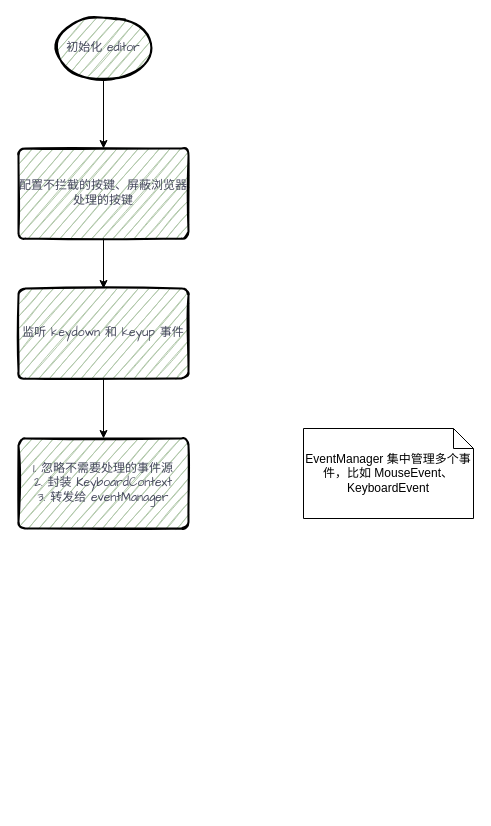
liuxinqiong/drawio keeps this draw.io diagram as page "第 2 页" (2 of 2) of Scene App.drawio. Above is the earlier version. Source tidied: cells renumbered, new cells numbered last; positions are measured from the earlier drawing's top-left corner, leaving out a move shared by most shapes. Both pictures are drawn from the tidied source at 100%, with x=0, y=0 at pixel (18, 18).
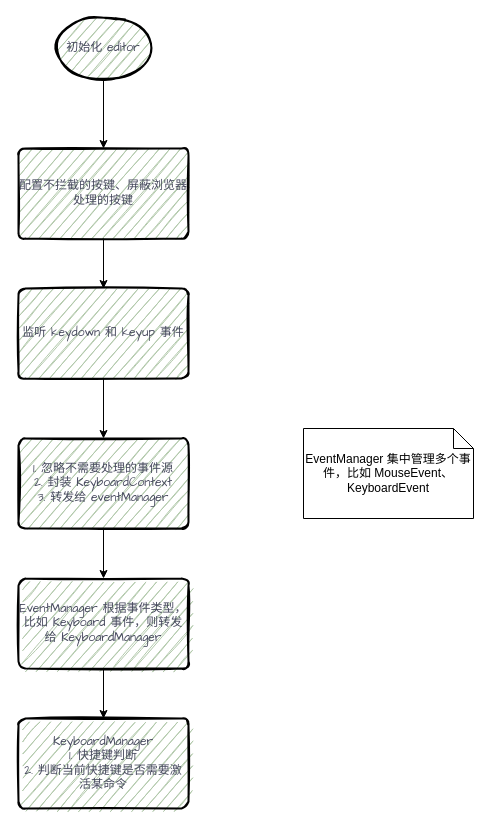
Above is the later version.

The edit, as a diff of the source:
```diff
@@
 <mxGraphModel>
   <root>
     <mxCell id="0" />
     <mxCell id="1" parent="0" />
     <mxCell id="2" style="edgeStyle=orthogonalEdgeStyle;rounded=0;jettySize=auto;html=1;exitX=0.5;exitY=1;exitDx=0;exitDy=0;exitPerimeter=0;entryX=0.5;entryY=0;entryDx=0;entryDy=0;" parent="1" edge="1" source="3" target="5">
       <mxGeometry relative="1" as="geometry" />
     </mxCell>
     <mxCell id="3" value="初始化 editor" style="strokeWidth=2;html=1;shape=mxgraph.flowchart.start_1;whiteSpace=wrap;rounded=1;sketch=1;fontFamily=Comic Sans MS;fontColor=#46495D;fillColor=#B2C9AB;" parent="1" vertex="1">
       <mxGeometry x="35" width="100" height="60" as="geometry" />
     </mxCell>
     <mxCell id="4" style="edgeStyle=orthogonalEdgeStyle;rounded=0;jettySize=auto;html=1;exitX=0.5;exitY=1;exitDx=0;exitDy=0;" parent="1" edge="1" source="5" target="7">
       <mxGeometry relative="1" as="geometry" />
     </mxCell>
     <mxCell id="5" value="配置不拦截的按键、屏蔽浏览器处理的按键" style="rounded=1;whiteSpace=wrap;html=1;absoluteArcSize=1;arcSize=14;strokeWidth=2;sketch=1;fontFamily=Comic Sans MS;fontColor=#46495D;fillColor=#B2C9AB;" parent="1" vertex="1">
       <mxGeometry y="130" width="170" height="90" as="geometry" />
     </mxCell>
     <mxCell id="6" style="edgeStyle=orthogonalEdgeStyle;rounded=0;jettySize=auto;html=1;exitX=0.5;exitY=1;exitDx=0;exitDy=0;entryX=0.5;entryY=0;entryDx=0;entryDy=0;" parent="1" edge="1" source="7" target="8">
       <mxGeometry relative="1" as="geometry" />
     </mxCell>
     <mxCell id="7" value="监听 keydown 和 keyup 事件" style="rounded=1;whiteSpace=wrap;html=1;absoluteArcSize=1;arcSize=14;strokeWidth=2;sketch=1;fontFamily=Comic Sans MS;fontColor=#46495D;fillColor=#B2C9AB;" parent="1" vertex="1">
       <mxGeometry y="270" width="170" height="90" as="geometry" />
     </mxCell>
+    <mxCell id="10" style="edgeStyle=orthogonalEdgeStyle;rounded=0;jettySize=auto;html=1;exitX=0.5;exitY=1;exitDx=0;exitDy=0;entryX=0.5;entryY=0;entryDx=0;entryDy=0;" parent="1" edge="1" source="8" target="12">
+      <mxGeometry relative="1" as="geometry" />
+    </mxCell>
     <mxCell id="8" value="1. 忽略不需要处理的事件源&lt;br&gt;2. 封装 KeyboardContext&lt;br&gt;3. 转发给 eventManager" style="rounded=1;whiteSpace=wrap;html=1;absoluteArcSize=1;arcSize=14;strokeWidth=2;sketch=1;fontFamily=Comic Sans MS;fontColor=#46495D;fillColor=#B2C9AB;" parent="1" vertex="1">
       <mxGeometry y="420" width="170" height="90" as="geometry" />
     </mxCell>
     <mxCell id="9" value="EventManager 集中管理多个事件，比如 MouseEvent、KeyboardEvent" style="shape=note;size=20;whiteSpace=wrap;html=1;" parent="1" vertex="1">
       <mxGeometry x="285" y="410" width="170" height="90" as="geometry" />
     </mxCell>
+    <mxCell id="11" style="edgeStyle=orthogonalEdgeStyle;rounded=0;jettySize=auto;html=1;exitX=0.5;exitY=1;exitDx=0;exitDy=0;entryX=0.5;entryY=0;entryDx=0;entryDy=0;" parent="1" edge="1" source="12" target="13">
+      <mxGeometry relative="1" as="geometry" />
+    </mxCell>
+    <mxCell id="12" value="EventManager 根据事件类型，比如 Keyboard 事件，则转发给 KeyboardManager" style="rounded=1;whiteSpace=wrap;html=1;absoluteArcSize=1;arcSize=14;strokeWidth=2;sketch=1;fontFamily=Comic Sans MS;fontColor=#46495D;fillColor=#B2C9AB;" parent="1" vertex="1">
+      <mxGeometry y="560" width="170" height="90" as="geometry" />
+    </mxCell>
+    <mxCell id="13" value="KeyboardManager&lt;br&gt;1. 快捷键判断&lt;br&gt;2. 判断当前快捷键是否需要激活某命令&lt;br&gt;" style="rounded=1;whiteSpace=wrap;html=1;absoluteArcSize=1;arcSize=14;strokeWidth=2;sketch=1;fontFamily=Comic Sans MS;fontColor=#46495D;fillColor=#B2C9AB;" parent="1" vertex="1">
+      <mxGeometry y="700" width="170" height="90" as="geometry" />
+    </mxCell>
   </root>
 </mxGraphModel>
```
